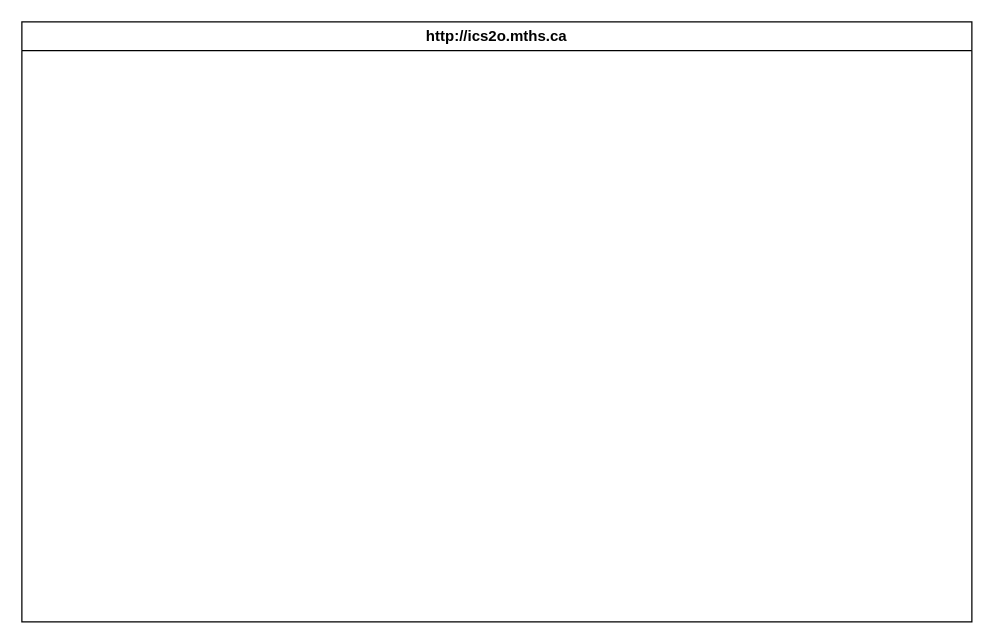
MTHS-ICS2O-2-2022/ICS2O-Unit-5-08-timbradyy keeps this draw.io diagram as design/storyboard.drawio. Above is the earlier version. Source tidied: cells renumbered, new cells numbered last; positions are measured from the earlier drawing's top-left corner, leaving out a move shared by most shapes. Both pictures are drawn from the tidied source at 125%, with x=0, y=0 at pixel (21, 21).
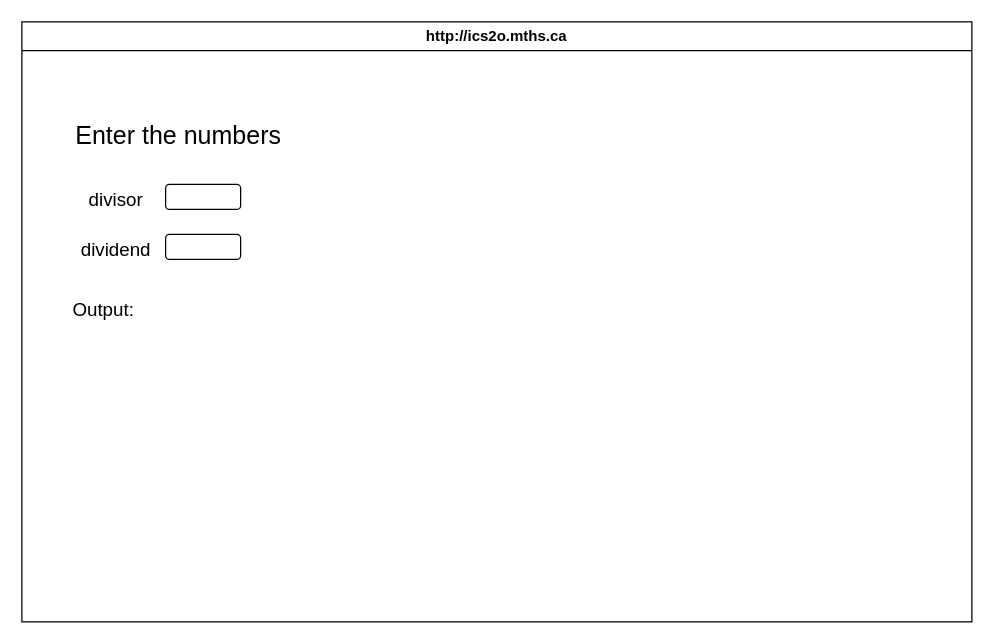
The same page after the edit.

What changed in the source:
```diff
@@
 <mxGraphModel>
   <root>
     <mxCell id="0" />
     <mxCell id="1" parent="0" />
     <mxCell id="2" value="http://ics2o.mths.ca" style="swimlane;whiteSpace=wrap;html=1;" parent="1" vertex="1">
       <mxGeometry width="760" height="480" as="geometry" />
     </mxCell>
+    <mxCell id="3" value="&lt;font style=&quot;font-size: 20px;&quot;&gt;Enter the numbers&lt;/font&gt;" style="text;html=1;align=center;verticalAlign=middle;strokeColor=none;fillColor=none;" parent="2" vertex="1">
+      <mxGeometry x="30" y="70" width="190" height="40" as="geometry" />
+    </mxCell>
+    <mxCell id="4" value="&lt;span style=&quot;font-size: 15px;&quot;&gt;divisor&lt;/span&gt;" style="text;html=1;align=center;verticalAlign=middle;strokeColor=none;fillColor=none;fontSize=20;" parent="2" vertex="1">
+      <mxGeometry x="40" y="120" width="70" height="40" as="geometry" />
+    </mxCell>
+    <mxCell id="5" value="&lt;span style=&quot;font-size: 15px;&quot;&gt;dividend&lt;/span&gt;" style="text;html=1;align=center;verticalAlign=middle;strokeColor=none;fillColor=none;fontSize=20;" parent="2" vertex="1">
+      <mxGeometry x="35" y="160" width="80" height="40" as="geometry" />
+    </mxCell>
+    <mxCell id="6" style="rounded=1;whiteSpace=wrap;html=1;fontSize=15;" parent="2" vertex="1">
+      <mxGeometry x="115" y="130" width="60" height="20" as="geometry" />
+    </mxCell>
+    <mxCell id="7" style="rounded=1;whiteSpace=wrap;html=1;fontSize=15;" parent="2" vertex="1">
+      <mxGeometry x="115" y="170" width="60" height="20" as="geometry" />
+    </mxCell>
+    <mxCell id="8" value="Output:" style="text;html=1;align=center;verticalAlign=middle;strokeColor=none;fillColor=none;fontSize=15;" parent="2" vertex="1">
+      <mxGeometry x="30" y="215" width="70" height="30" as="geometry" />
+    </mxCell>
   </root>
 </mxGraphModel>
```
